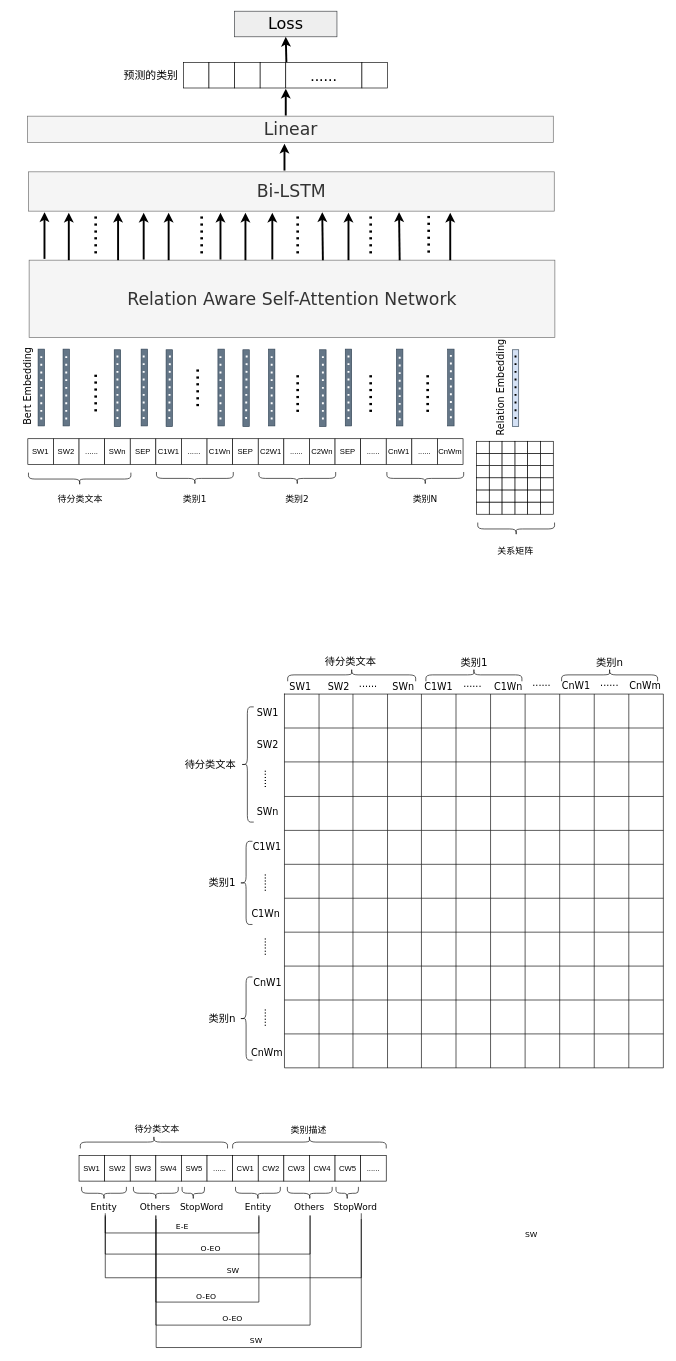
The draw.io diagram multi-label_classification_patent.drawio in CindyZX/drawio_figures, before the edit. Source tidied: cells renumbered, new cells numbered last; positions are measured from the earlier drawing's top-left corner, leaving out a move shared by most shapes. Both pictures are drawn from the tidied source at 64%, with x=0, y=0 at pixel (-24, 11).
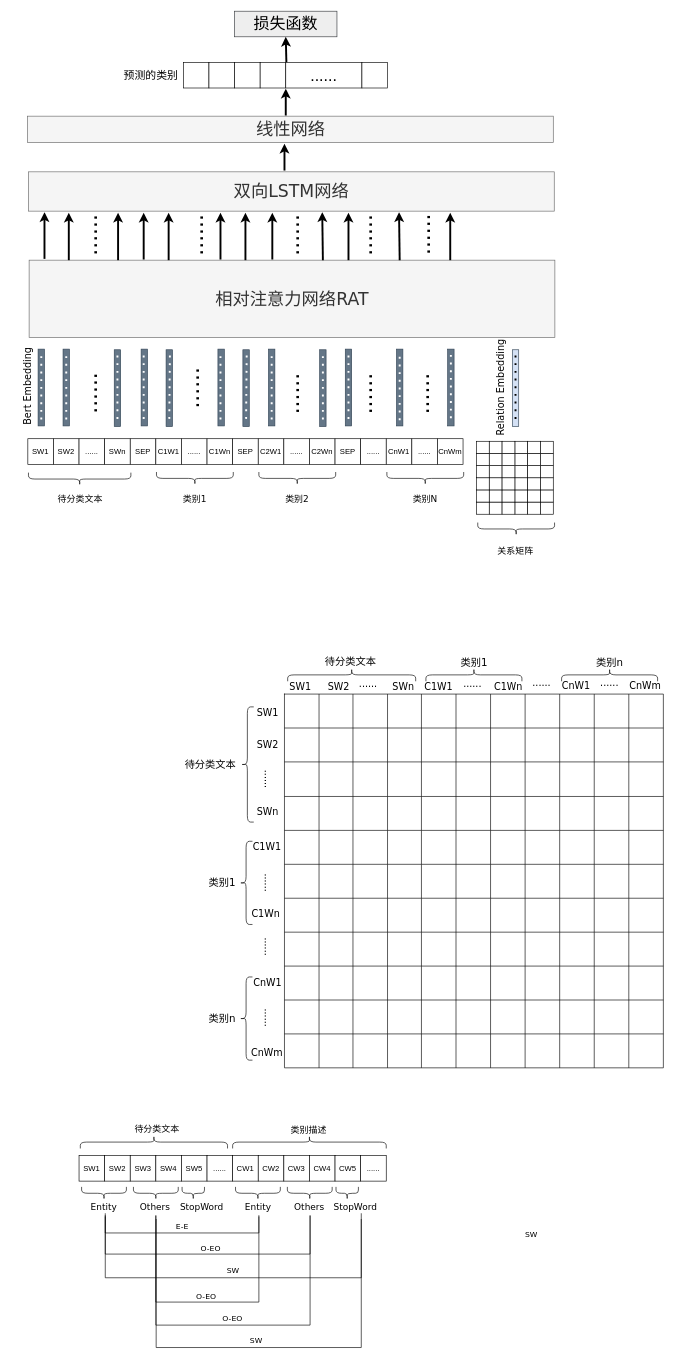
The same page after the edit.

Change to the diagram source:
```diff
@@
-    <mxCell id="17" value="Relation Aware Self-Attention Network" style="rounded=0;whiteSpace=wrap;html=1;fontFamily=Verdana;fontSize=27;labelPosition=center;verticalLabelPosition=middle;align=center;verticalAlign=middle;rotation=0;fillStyle=auto;fillColor=#f5f5f5;fontColor=#333333;strokeColor=#666666;glass=0;" parent="1" vertex="1">
+    <mxCell id="17" value="相对注意力网络RAT" style="rounded=0;whiteSpace=wrap;html=1;fontFamily=Verdana;fontSize=27;labelPosition=center;verticalLabelPosition=middle;align=center;verticalAlign=middle;rotation=0;fillStyle=auto;fillColor=#f5f5f5;fontColor=#333333;strokeColor=#666666;glass=0;" parent="1" vertex="1">
       <mxGeometry x="83" y="389" width="821.5" height="121" as="geometry" />
     </mxCell>
@@
-    <mxCell id="52" value="Bi-LSTM" style="rounded=0;whiteSpace=wrap;html=1;fontFamily=Verdana;fontSize=27;labelPosition=center;verticalLabelPosition=middle;align=center;verticalAlign=middle;rotation=0;fillStyle=auto;fillColor=#f5f5f5;fontColor=#333333;strokeColor=#666666;glass=0;" parent="1" vertex="1">
+    <mxCell id="52" value="双向LSTM网络" style="rounded=0;whiteSpace=wrap;html=1;fontFamily=Verdana;fontSize=27;labelPosition=center;verticalLabelPosition=middle;align=center;verticalAlign=middle;rotation=0;fillStyle=auto;fillColor=#f5f5f5;fontColor=#333333;strokeColor=#666666;glass=0;" parent="1" vertex="1">
       <mxGeometry x="82" y="251" width="821.5" height="61.4" as="geometry" />
     </mxCell>
@@
-    <mxCell id="147" value="Loss" style="rounded=0;whiteSpace=wrap;html=1;glass=0;fillStyle=auto;fontFamily=Verdana;fontSize=25;fillColor=#eeeeee;strokeColor=#36393d;" parent="1" vertex="1">
+    <mxCell id="147" value="损失函数" style="rounded=0;whiteSpace=wrap;html=1;glass=0;fillStyle=auto;fontFamily=Verdana;fontSize=25;fillColor=#eeeeee;strokeColor=#36393d;" parent="1" vertex="1">
       <mxGeometry x="404" width="160" height="40" as="geometry" />
     </mxCell>
@@
-    <mxCell id="351" value="Linear" style="rounded=0;whiteSpace=wrap;html=1;fontFamily=Verdana;fontSize=27;labelPosition=center;verticalLabelPosition=middle;align=center;verticalAlign=middle;rotation=0;fillStyle=auto;fillColor=#f5f5f5;fontColor=#333333;strokeColor=#666666;glass=0;" parent="1" vertex="1">
+    <mxCell id="351" value="线性网络" style="rounded=0;whiteSpace=wrap;html=1;fontFamily=Verdana;fontSize=27;labelPosition=center;verticalLabelPosition=middle;align=center;verticalAlign=middle;rotation=0;fillStyle=auto;fillColor=#f5f5f5;fontColor=#333333;strokeColor=#666666;glass=0;" parent="1" vertex="1">
       <mxGeometry x="80.5" y="164" width="821.5" height="41.4" as="geometry" />
     </mxCell>
```
